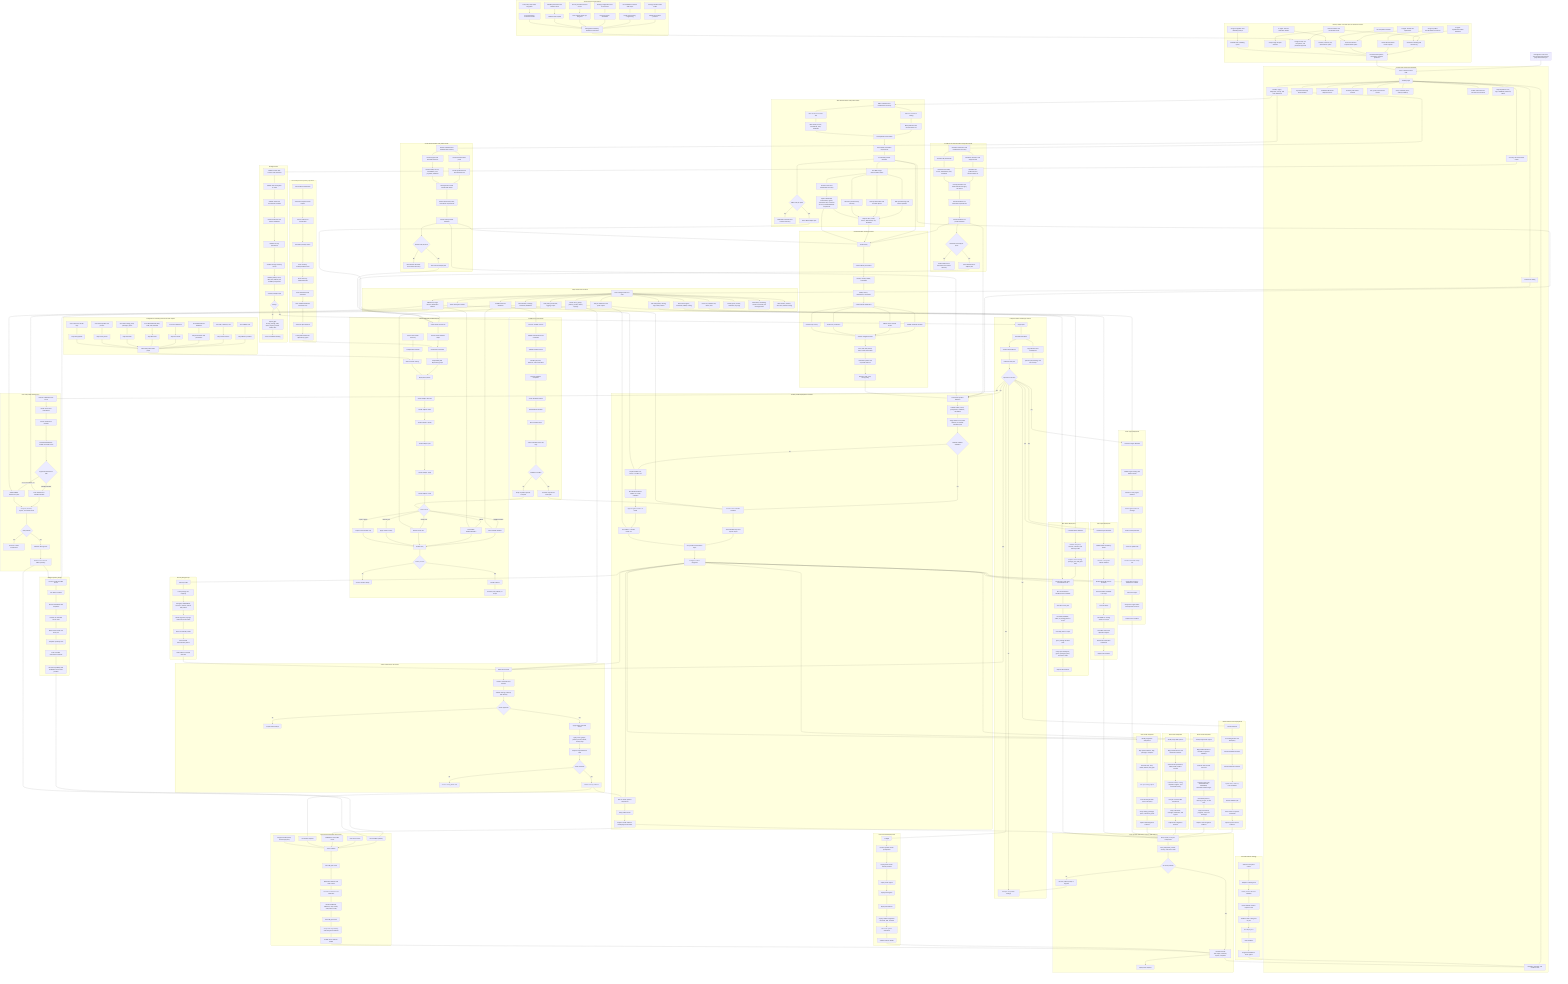
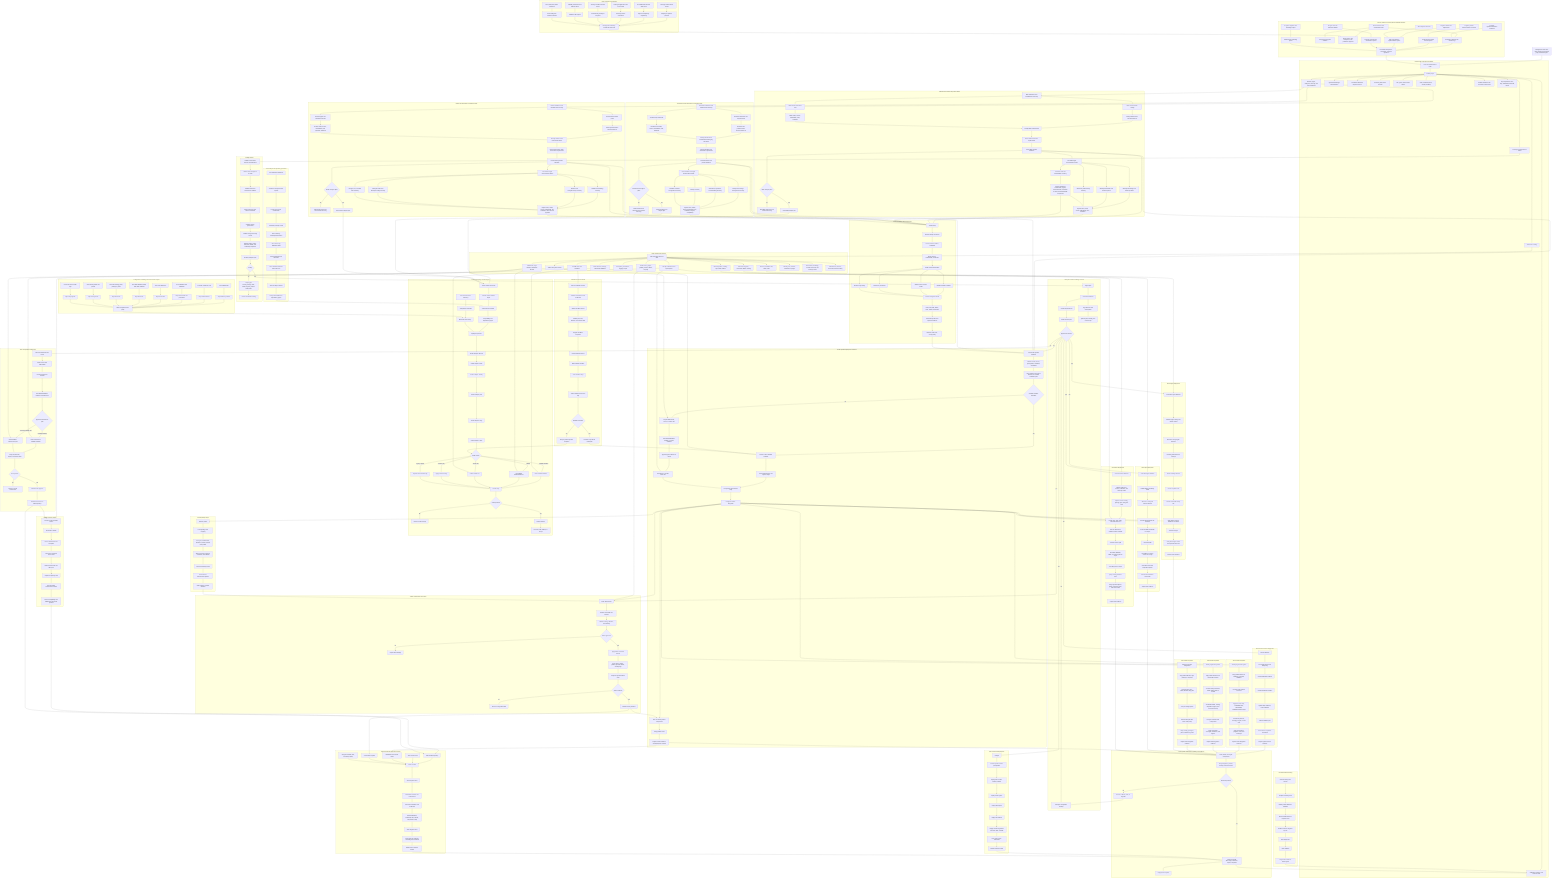
flowchart TD
    START["Management scale view<br/>z/OS provisioning and third-party software lifecycle"] --> CN["Linux or macOS control node"]

    subgraph WORKFORCE["Delivery model: one owner plus AI-assisted execution"]
        OWNER["Human architect and accountable owner"] --> BACKLOG["Architecture backlog and decision log"]
        OWNER --> PRIORITY["Scope triage and pilot selection"]
        OWNER --> REVIEW["Design review, risk acceptance, and production approval"]
        AG1["AI agent: repo/documentation maintainer"] --> BACKLOG
        AG2["AI agent: product documentation researcher"] --> DOCQUEUE["Vendor documentation research queue"]
        AG3["AI agent: Ansible role implementer"] --> ROLEQUEUE["Role and collection implementation queue"]
        AG4["AI agent: test and verification builder"] --> TESTQUEUE["Scenario, molecule, lint, and evidence queue"]
        AG5["AI agent: migration and unwinding analyst"] --> UNWINDQUEUE["Installed-state unwinding queue"]
        COPILOT["IDE completion assistant"] --> ROLEQUEUE
        BACKLOG --> DECISIONS["Recorded assumptions, constraints, and open questions"]
        DOCQUEUE --> DECISIONS
        ROLEQUEUE --> DECISIONS
        TESTQUEUE --> DECISIONS
        UNWINDQUEUE --> DECISIONS
    end

    subgraph CONTROL["Control node and project foundation"]
        CN --> AP["Ansible project"]
        AP --> INV["Inventory and environment model"]
        AP --> ROLES["Shared role catalog"]
        AP --> DATA["Product, region, subsystem, security, and clone definitions"]
        AP --> REPORT["Validation, reporting, and evidence roles"]
        AP --> DOCS["Synchronized design documentation"]
        AP --> DIAGS["Standalone Mermaid diagram sources"]
        AP --> GIT["Git history with atomic commits"]
        AP --> CI["Lint, syntax, and scenario checks"]
        AP --> SECRETS["Vault, credential, token, and key handling"]
        AP --> COLLECTIONS["Ansible collections and execution environments"]
        AP --> TEMPLATES["Jinja templates for JCL, SQL, PARMLIB, PROCLIB, RACF"]
    end

    subgraph ARCH["Target architecture surfaces"]
        ROLES --> ZOS["z/OS managed node over SSH"]
        ZOS --> ZOSMF["z/OSMF APIs and workflows"]
        ZOS --> ZOAU["ZOAU and Python runtime"]
        ZOS --> JES["JES job submission and spool capture"]
        ZOS --> MVS["MVS datasets, catalogs, PROCLIB, PARMLIB"]
        ZOS --> USS["USS paths, permissions, tagging, scripts"]
        ZOS --> SMPE["SMP/E CSI, target libraries, distribution libraries"]
        ZOS --> RACF["RACF users, groups, profiles, permits, OMVS, keyrings"]
        ZOS --> CICSAPI["CICS TS, CICSPlex SM, CMCI, CSD"]
        ZOS --> IMSAPI["IMS control regions, commands, DBRC, catalog"]
        ZOS --> DB2API["Db2 subsystems, catalog, SQL, BIND, utilities"]
        ZOS --> TCPIP["TCP/IP, ports, resolver, certificates, keyrings"]
        ZOS --> AUTO["Automation, scheduling, console command, and message hooks"]
        ZOS --> STORAGE["SMS classes, volumes, ACS rules, dataset naming"]
    end

    subgraph PREFLIGHT["Preflight checks"]
        INV --> PF1["Validate control node versions and collections"]
        PF1 --> PF2["Validate SSH and Python on z/OS"]
        PF2 --> PF3["Validate ZOAU and environment variables"]
        PF3 --> PF4["Gather z/OS facts and dataset standards"]
        PF4 --> PF5["Validate security permissions"]
        PF5 --> PF6["Validate storage and HLQ access"]
        PF6 --> PF7["Validate product, CICS, IMS, Db2, SMP/E, and z/OSMF prerequisites"]
        PF7 --> PF8["Produce preflight report"]
        PF8 --> PFGATE{"Ready?"}
        PFGATE -- "No" --> PFGAP["Report gaps<br/>security, storage, SSH, ZOAU, Python, product media, APIs"]
        PFGAP --> PFFOLLOW["Create remediation backlog"]
    end

    subgraph INTAKE["Enterprise intake and design controls"]
        PFGATE -- "Yes" --> IN1["Stage inputs"]
        IN1 --> IN2["Normalize definitions"]
        IN2 --> IN3["Resolve dependencies"]
        IN3 --> IN4["Build execution plan"]
        IN4 --> IN5{"Approval to execute?"}
        IN5 -- "No" --> IN6["Hold plan and publish findings"]
        IN2 --> IN7["Tag unknowns and assumptions"]
        IN7 --> IN8["Split into pilot, backlog, and out-of-scope"]
    end

    subgraph ZOSMFCTRL["z/OSMF-first control model"]
        ZM1["Discover z/OSMF services"] --> ZM2["Validate authentication and certificates"]
        ZM2 --> ZM3["Validate workflow service"]
        ZM3 --> ZM4["Validate jobs, files, datasets, and console APIs"]
        ZM4 --> ZM5["Register workflow templates"]
        ZM5 --> ZM6["Create workflow instance"]
        ZM6 --> ZM7["Bind workflow variables"]
        ZM7 --> ZM8["Drive workflow steps"]
        ZM8 --> ZM9["Collect workflow status and logs"]
        ZM9 --> ZM10{"Workflow reusable?"}
        ZM10 -- "Yes" --> ZM11["Promote as preferred install path"]
        ZM10 -- "No" --> ZM12["Wrap as product-specific exception"]
    end

    subgraph PRODUCTMODEL["Product definition schema pressure"]
        PD1["Vendor family"] --> PD2["Product identity and aliases"]
        PD2 --> PD3["Version, release, FMIDs, SYSMODs"]
        PD3 --> PD4["Media, service, HOLDDATA, checksums"]
        PD4 --> PD5["Install method classification"]
        PD5 --> PD6["z/OSMF workflow variables"]
        PD5 --> PD7["SMP/E zones and CSI model"]
        PD5 --> PD8["Vendor JCL parameters"]
        PD5 --> PD9["Runtime-only overlay"]
        PD6 --> PD10["Runtime integration hooks"]
        PD7 --> PD10
        PD8 --> PD10
        PD9 --> PD10
        PD10 --> PD11["CICS, IMS, Db2, RACF, USS, TCP/IP, automation"]
        PD11 --> PD12["Verification probes and expected evidence"]
        PD12 --> PD13["Backout, hold, soak, accept policy"]
    end

    subgraph BMC["BMC documentation and product intake"]
        BMC1["BMC entitlement and installed-state inventory"] --> BMC2["BMC documentation catalog"]
        BMC1 --> BMC3["BMC Product Download Tool"]
        BMC2 --> BMC4["BMC product/version documentation set"]
        BMC3 --> BMC5["BMC media, service, HOLDDATA, tools, workflows"]
        BMC4 --> BMC6["Classify BMC install method"]
        BMC5 --> BMC6
        BMC6 --> BMC7["Extract BMC automation requirements"]
        BMC7 --> BMC8["Create BMC product definition"]
        BMC8 --> BMC9{"BMC ready for pilot?"}
        BMC9 -- "No" --> BMC10["Mark BMC unknowns and continue discovery"]
        BMC9 -- "Yes" --> BMC11["Select BMC adapter pilot"]
        BMC8 --> BMC12["First BMC target documentation intake"]
        BMC12 --> BMC13["AMI Ops Monitoring and monitor products"]
        BMC12 --> BMC14["AMI Ops Automation and licensed options"]
        BMC12 --> BMC15["AMI DevX product-family inventory"]
        BMC12 --> BMC17["Control-M suite and INCONTROL inventory"]
        BMC13 --> BMC16["Capture docs, media, service, HOLDDATA, JCL, workflows"]
        BMC14 --> BMC16
        BMC15 --> BMC16
        BMC17 --> BMC18["Capture distributed orchestration, agents, Automation API, Control-M for z/OS, and INCONTROL components"]
        BMC18 --> BMC16
    end

    subgraph BROADCOM["Broadcom CA documentation and product intake"]
        CA1["Broadcom entitlement and installed-state inventory"] --> CA2["Broadcom TechDocs and Support Portal"]
        CA1 --> CA3["Broadcom My Downloads"]
        CA2 --> CA4["Broadcom CA product/version documentation set"]
        CA3 --> CA5["Broadcom CA media, service, HOLDDATA, tools, workflows"]
        CA4 --> CA6["Classify Broadcom CA install method and legacy CA aliases"]
        CA5 --> CA6
        CA6 --> CA7["Extract Broadcom CA automation requirements"]
        CA7 --> CA8["Create Broadcom CA product definition"]
        CA8 --> CA9{"Broadcom CA ready for pilot?"}
        CA9 -- "No" --> CA10["Mark Broadcom CA unknowns and continue discovery"]
        CA9 -- "Yes" --> CA11["Select Broadcom CA adapter pilot"]
+         CA8 --> CA12["First Broadcom CA target documentation intake"]
+         CA12 --> CA13["DevOps and change-management inventory"]
+         CA12 --> CA14["Automation, operations, and scheduling inventory"]
+         CA12 --> CA15["Security inventory"]
+         CA12 --> CA16["Database and data-management inventory"]
+         CA13 --> CA17["Capture docs, media, service, HOLDDATA, JCL, workflows, lifecycle, compatibility"]
+         CA14 --> CA17
+         CA15 --> CA17
+         CA16 --> CA17
    end

    subgraph ROCKET["Rocket documentation and product intake"]
        RK1["Rocket entitlement and installed-state inventory"] --> RK2["Rocket documentation portal"]
        RK1 --> RK3["Rocket support and download channels"]
        RK2 --> RK4["Rocket product/version documentation set"]
        RK3 --> RK5["Rocket media, service, HOLDDATA, USS payloads, workflows"]
        RK4 --> RK6["Classify Rocket install method and aliases"]
        RK5 --> RK6
        RK6 --> RK7["Extract Rocket MVS, USS, and runtime requirements"]
        RK7 --> RK8["Create Rocket product definition"]
        RK8 --> RK9{"Rocket ready for pilot?"}
        RK9 -- "No" --> RK10["Mark Rocket unknowns and continue discovery"]
        RK9 -- "Yes" --> RK11["Select Rocket adapter pilot"]
+         RK8 --> RK12["First Rocket target documentation intake"]
+         RK12 --> RK13["TMON and monitoring inventory"]
+         RK12 --> RK14["Mainstar and storage/recovery inventory"]
+         RK12 --> RK15["Enterprise Suite and developer tooling inventory"]
+         RK12 --> RK16["Change, JCL, and data tools inventory"]
+         RK13 --> RK17["Capture docs, media, service, HOLDDATA, JCL, workflows, USS and Java payloads"]
+         RK14 --> RK17
+         RK15 --> RK17
+         RK16 --> RK17
    end

    subgraph VENDORLIFE["Generic third-party vendor lifecycle"]
        VD1["Vendor media and service"] --> VD2["Internal vendor software depot"]
        VD2 --> VD3["Product bill of materials"]
        VD3 --> VD4["Compatibility and dependency graph"]
        VD5["Current z/OS estate discovery"] --> VD6["Configuration unwinder"]
        VD6 --> VD7["Observed state catalog"]
        VD4 --> VD8["Deployment planner"]
        VD7 --> VD8
        VD8 --> VA1["Vendor adapter: discover"]
        VA1 --> VA2["Vendor adapter: intake"]
        VA2 --> VA3["Vendor adapter: classify"]
        VA3 --> VA4["Vendor adapter: plan"]
        VA4 --> VA5["Vendor adapter: stage"]
        VA5 --> VA6["Vendor adapter: check"]
        VA6 --> VA7{"Install method"}
        VA7 -- "z/OSMF workflow" --> VA8["Drive z/OSMF workflow"]
        VA7 -- "SMP/E" --> VA9["Run SMP/E RECEIVE/APPLY"]
        VA7 -- "Vendor JCL" --> VA10["Submit vendor JCL"]
        VA7 -- "Runtime only" --> VA11["Apply runtime overlay"]
        VA7 -- "Legacy capture" --> VA12["Capture and normalize only"]
        VA8 --> VA13["Vendor verify"]
        VA9 --> VA13
        VA10 --> VA13
        VA11 --> VA13
        VA12 --> VA13
        VA13 --> VA14{"Vendor passed?"}
        VA14 -- "No" --> VA15["Recover vendor change"]
        VA14 -- "Yes" --> VA16["Vendor evidence"]
        VA16 --> VA17["Promote, hold, rollback, or accept"]
    end

    subgraph DEPOT["Internal depot and repository operations"]
        DP1["Raw entitlement download"] --> DP2["Checksum and provenance capture"]
        DP2 --> DP3["License and access classification"]
        DP3 --> DP4["Normalize package names"]
        DP4 --> DP5["Store media by vendor/product/version"]
        DP5 --> DP6["Store service by APAR/PTF/build"]
        DP6 --> DP7["Store HOLDDATA and advisories"]
        DP7 --> DP8["Store z/OSMF workflows and vendor JCL"]
        DP8 --> DP9["Generate depot manifest"]
        DP9 --> DP10["Feed product BOM and dependency graph"]
    end

    subgraph UNWIND["Configuration unwinding and current-state capture"]
        UW1["Scan SMP/E CSIs"] --> UW2["Map FMIDs to products"]
        UW3["Scan APF, LINKLIST, LPA"] --> UW4["Map runtime libraries"]
        UW5["Scan PROCLIB and PARMLIB"] --> UW6["Map started tasks and parameters"]
        UW7["Scan CICS definitions"] --> UW8["Map CICS hooks"]
        UW9["Scan IMS PROCLIB, DBD, PSB, ACB, RECON"] --> UW10["Map IMS hooks"]
        UW11["Scan Db2 catalog, plans, packages, grants"] --> UW12["Map Db2 hooks"]
        UW13["Scan RACF profiles and permits"] --> UW14["Map security hooks"]
        UW15["Scan USS trees and file tags"] --> UW16["Map USS payloads"]
        UW2 --> UW17["Observed product state graph"]
        UW4 --> UW17
        UW6 --> UW17
        UW8 --> UW17
        UW10 --> UW17
        UW12 --> UW17
        UW14 --> UW17
        UW16 --> UW17
    end

    subgraph VENDORDEPLOY["Vendor product deployment execution"]
        VP1["Load vendor product definition"] --> VP2["Validate media, license, prerequisites, workflows, and FMIDs"]
        VP2 --> VP3["Stage media to USS, MVS datasets, or z/OSMF workflow inputs"]
        VP3 --> VP4{"z/OSMF workflow available?"}
        VP4 -- "Yes" --> VP5["Create or drive z/OSMF workflow"]
        VP4 -- "No" --> VP6["Prepare SMP/E CSI, zones, or vendor JCL"]
        VP5 --> VP7["Track workflow steps and capture output"]
        VP6 --> VP8["Run RECEIVE/APPLY CHECK or vendor validation"]
        VP8 --> VP9["Approval gate for APPLY or install"]
        VP9 --> VP10["Run APPLY or vendor install JCL"]
        VP7 --> VP11["Run product customization steps"]
        VP10 --> VP11
        VP11 --> VP12["Configure runtime integration"]
        VP12 --> VP13["Start or refresh product components"]
        VP13 --> VP14["Verify product status"]
        VP14 --> VP15["Capture vendor evidence and deployment manifest"]
    end

    subgraph SHAREDZOS["Shared z/OS services deployment"]
        SZ1["Allocate datasets"] --> SZ2["Set catalog aliases and SMS policy"]
        SZ2 --> SZ3["Render PARMLIB members"]
        SZ3 --> SZ4["Render PROCLIB members"]
        SZ4 --> SZ5["Update APF, LINKLIST, LPA candidates"]
        SZ5 --> SZ6["Submit validation jobs"]
        SZ6 --> SZ7["Issue refresh or operator commands"]
        SZ7 --> SZ8["Capture system-service evidence"]
    end

    subgraph CICS["CICS region deployment"]
        C1["Load CICS region definition"] --> C2["Validate region naming and dataset model"]
        C2 --> C3["Allocate or verify region datasets"]
        C3 --> C4["Initialize global and local catalogs"]
        C4 --> C5["Create auxiliary datasets"]
        C5 --> C6["Create or update CSD"]
        C6 --> C7["Render and install startup JCL"]
        C7 --> C8["Apply CMCI resource definitions if enabled"]
        C8 --> C9["Start CICS region"]
        C9 --> C10["Verify CICS region status and expected resources"]
        C10 --> C11["Capture CICS evidence"]
    end

    subgraph CICSINTEG["CICS vendor integration"]
        CI1["Identify target CICS regions"] --> CI2["Map product libraries to DFHRPL or dynamic LIBRARY"]
        CI2 --> CI3["Generate CSD or BAS resources"]
        CI3 --> CI4["Apply PLT, SIT, TDQ, TCPIPSERVICE, PROGRAM, TRANSACTION changes"]
        CI4 --> CI5["Coordinate phase-in, newcopy, recycle, or cold start"]
        CI5 --> CI6["Verify transactions, programs, exits, and messages"]
        CI6 --> CI7["Capture CICS integration evidence"]
    end

    subgraph IMS["IMS region deployment"]
        I1["Load IMS region definition"] --> I2["Validate IMSID and library model"]
        I2 --> I3["Allocate or verify IMS runtime datasets"]
        I3 --> I4["Render PROCLIB and JCL members"]
        I4 --> I5["Generate DBDs and PSBs if in scope"]
        I5 --> I6["Generate ACBs"]
        I6 --> I7["Run DBRC or catalog actions if in scope"]
        I7 --> I8["Start IMS control and dependent regions"]
        I8 --> I9["Submit IMS verification commands"]
        I9 --> I10["Capture IMS evidence"]
    end

    subgraph IMSINTEG["IMS vendor integration"]
        II1["Identify target IMS systems"] --> II2["Map product libraries and PROCLIB members"]
        II2 --> II3["Generate IMS parameters, DBDs, PSBs, ACBs if needed"]
        II3 --> II4["Coordinate DBRC, catalog, dependent regions, and command security"]
        II4 --> II5["Recycle or refresh IMS components"]
        II5 --> II6["Verify commands, messages, databases, and regions"]
        II6 --> II7["Capture IMS integration evidence"]
    end

    subgraph DB2["Db2 artifact deployment"]
        D1["Load Db2 artifact definition"] --> D2["Validate subsystem, schema, collection, and authority model"]
        D2 --> D3["Capture current catalog, package, plan, and grant state"]
        D3 --> D4["Render SQL, bind, utility, and verification JCL"]
        D4 --> D5["Run non-destructive validation where available"]
        D5 --> D6["Run DDL or DCL jobs"]
        D6 --> D7["Run BIND, REBIND, FREE, or package jobs if in scope"]
        D7 --> D8["Run utility jobs if in scope"]
        D8 --> D9["Query catalog and bind state"]
        D9 --> D10["Verify expected objects, grants, packages, plans, and return codes"]
        D10 --> D11["Capture Db2 evidence"]
    end

    subgraph DB2INTEG["Db2 vendor integration"]
        DI1["Identify target Db2 subsystems"] --> DI2["Map product libraries, SQL, packages, and plans"]
        DI2 --> DI3["Generate DDL, DCL, BIND, GRANT, utility jobs"]
        DI3 --> DI4["Run pre-catalog capture"]
        DI4 --> DI5["Execute Db2 jobs with return-code policy"]
        DI5 --> DI6["Verify catalog, packages, plans, collections, grants"]
        DI6 --> DI7["Capture Db2 integration evidence"]
    end

    subgraph RACFCTL["RACF maintenance and control"]
        R1["RACF desired state"] --> R2["Render commands and backout"]
        R2 --> R3["Validate naming, collisions, and authority"]
        R3 --> R4{"RACF approved?"}
        R4 -- "No" --> R5["Report RACF findings"]
        R4 -- "Yes" --> R6["Apply RACF command stream"]
        R6 --> R7["Query users, groups, profiles, permits, OMVS, and keyrings"]
        R7 --> R8["Compare expected RACF state"]
        R8 --> R9{"RACF matched?"}
        R9 -- "No" --> R10["Recover or flag RACF drift"]
        R9 -- "Yes" --> R11["Publish security evidence"]
    end

    subgraph SECURITYDESIGN["Security design scope"]
        SD1["Authority model"] --> SD2["Least-privilege role mapping"]
        SD2 --> SD3["Surrogate, OPERCMDS, FACILITY, dataset, started-task profiles"]
        SD3 --> SD4["OMVS segments, keyrings, certificates, PassTickets"]
        SD4 --> SD5["Clone-local identity model"]
        SD5 --> SD6["Disconnected authentication posture"]
        SD6 --> SD7["Audit evidence and drift detection"]
    end

    subgraph MAINT["z/OS and product maintenance"]
        M1["Discover installed service levels"] --> M2["Intake service and HOLDDATA"]
        M2 --> M3["Create maintenance manifest"]
        M3 --> M4["Run RECEIVE/APPLY CHECK and hold review"]
        M4 --> M5{"Approved maintenance path"}
        M5 -- "z/OSMF workflow" --> M6["Drive maintenance z/OSMF workflow"]
        M5 -- "Generated SMP/E JCL" --> M7["Submit SMP/E maintenance jobs"]
        M6 --> M8["Verify CSI, libraries, reports, and runtime state"]
        M7 --> M8
        M8 --> M9{"Soak passed?"}
        M9 -- "No" --> M10["Recover or hold maintenance"]
        M9 -- "Yes" --> M11["ACCEPT with approval"]
        M11 --> M12["Publish service level to SMP repository"]
    end

    subgraph SMPEFACTORY["SMP/E repository factory"]
        SF1["Receive vendor and IBM service"] --> SF2["Run APPLY CHECK"]
        SF2 --> SF3["Review HOLDDATA and exceptions"]
        SF3 --> SF4["Promote to controlled service level"]
        SF4 --> SF5["Build canonical CSI and library set"]
        SF5 --> SF6["Snapshot repository state"]
        SF6 --> SF7["Emit cloneable maintenance baseline"]
        SF7 --> SF8["Record compatibility with middleware and vendor products"]
    end

    subgraph FULLENV["Full environment deployment"]
        F1["Preflight"] --> F2["Install or update vendor prerequisites"]
        F2 --> F3["Deploy base vendor runtime products"]
        F3 --> F4["Deploy CICS regions"]
        F4 --> F5["Deploy IMS regions"]
        F5 --> F6["Deploy Db2 artifacts"]
        F6 --> F7["Deploy vendor integrations into CICS, IMS, and Db2"]
        F7 --> F8["Run cross-system verification"]
        F8 --> F9["Publish evidence bundle"]
    end

    subgraph CLONE["Disconnected VM guest clone factory"]
        CL1["Internal SMP repository"] --> CL2["Clone manifest"]
        CL3["z/OS service levels"] --> CL2
        CL4["Middleware and vendor levels"] --> CL2
        CL5["Local RACF template"] --> CL2
        CL6["VM guest network, disk, and storage policy"] --> CL2
        CL2 --> CL7["Plan VM guest clone"]
        CL7 --> CL8["Materialize datasets and USS content"]
        CL8 --> CL9["Generate local RACF and certificates"]
        CL9 --> CL10["Render PARMLIB, PROCLIB, JES, TCP/IP, and product config"]
        CL10 --> CL11["Boot VM guest clone"]
        CL11 --> CL12["Verify local-only authority and subsystem readiness"]
        CL12 --> CL13["Publish clone evidence bundle"]
    end

    subgraph TESTING["Test and evidence strategy"]
        T1["Static lint and syntax checks"] --> T2["Template rendering tests"]
        T2 --> T3["Offline product-definition validation"]
        T3 --> T4["Mock z/OSMF and JES response tests"]
        T4 --> T5["Sandbox z/OS or VM guest dry run"]
        T5 --> T6["Pilot deployment"]
        T6 --> T7["Soak validation"]
        T7 --> T8["Regression bundle for future agents"]
    end

    subgraph RISK["Scale and risk communication"]
        K1["No single vendor install model"] --> K2["Adapter-per-product pressure"]
        K3["No established universal SMP repos"] --> K4["Depot and repository engineering"]
        K5["Existing configuration must be unwound"] --> K6["Discovery before automation"]
        K7["Security and disconnected clones"] --> K8["Local authority model per VM guest"]
        K9["z/OSMF preferred but not sufficient alone"] --> K10["Fallbacks still required"]
        K11["CICS, IMS, Db2, RACF integration"] --> K12["Cross-subsystem verification burden"]
        K2 --> K13["Management takeaway: feasible but enormous"]
        K4 --> K13
        K6 --> K13
        K8 --> K13
        K10 --> K13
        K12 --> K13
    end

    subgraph VERIFY["Cross-system verification, recovery, and evidence"]
        X1["Start, refresh, or recycle components"] --> X2["Verify subsystem, product, security, and service state"]
        X2 --> X3{"All checks passed?"}
        X3 -- "No" --> X4["Recover, rollback, hold, or flag drift"]
        X3 -- "Yes" --> X5["Evidence bundle<br/>JES output, manifests, reports, snapshots"]
        X5 --> X6["Deployment complete"]
    end

    DECISIONS --> CN
    DATA --> BMC1
    DATA --> CA1
    DATA --> RK1
    BMC11 --> VD1
    CA11 --> VD1
    RK11 --> VD1
    BMC8 --> VP1
    CA8 --> VP1
    RK8 --> VP1
    BMC8 --> PD1
    BMC16 --> PD1
    BMC18 --> PD1
    CA8 --> PD1
+     CA17 --> PD1
    RK8 --> PD1
+     RK17 --> PD1
    DP10 --> VD3
    UW17 --> VD7
    PD13 --> VP1

    IN5 -- "Yes" --> VP1
    IN5 -- "Yes" --> SZ1
    IN5 -- "Yes" --> C1
    IN5 -- "Yes" --> I1
    IN5 -- "Yes" --> D1
    IN5 -- "Yes" --> R1
    IN5 -- "Yes" --> M1
    IN5 -- "Yes" --> F1

    ZOSMF --> VA8
    ZOSMF --> VP5
    ZOSMF --> M6
    ZOSMF --> ZM1
    SMPE --> VA9
    SMPE --> VP6
    SMPE --> M7
    SMPE --> SF1
    JES --> VA10
    JES --> VP10
    JES --> D4
    RACF --> R1
    CICSAPI --> C1
    IMSAPI --> I1
    DB2API --> D1

    ZM11 --> VP5
    ZM12 --> VA7
    VP12 --> C8
    VP12 --> I4
    VP12 --> D4
    VP12 --> R1
    VP12 --> CI1
    VP12 --> II1
    VP12 --> DI1
    VP12 --> SD1
    SZ8 --> X1
    CI7 --> X1
    II7 --> X1
    DI7 --> X1
    SD7 --> R1
    R11 --> VP13
    C11 --> X1
    I10 --> X1
    D11 --> X1
    VP15 --> X1
    M12 --> SF1
    SF8 --> CL1
    M12 --> CL1
    VP15 --> CL4
    R11 --> CL5
    F9 --> X5
    CL13 --> X5
    T8 --> REPORT
    K13 --> REVIEW

    X4 --> IN6
    X5 --> REPORT
